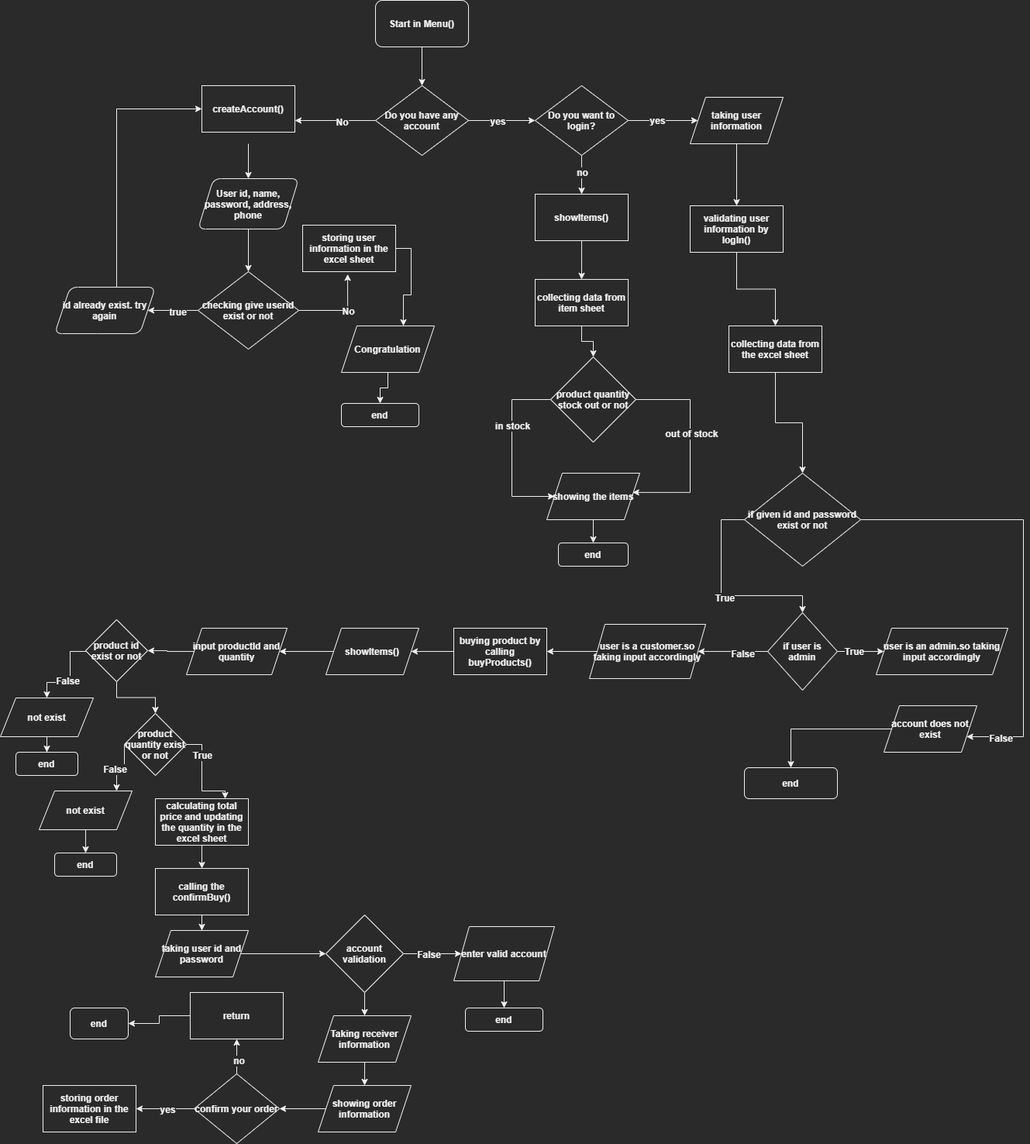
Earlier version of the draw.io export onlineShopping(customer)-Page-1.drawio.png (Barkatopu1345/Online-shopping-system). Source tidied: cells renumbered, new cells last; positions are measured from the earlier drawing's top-left corner, leaving out a move shared by most shapes.
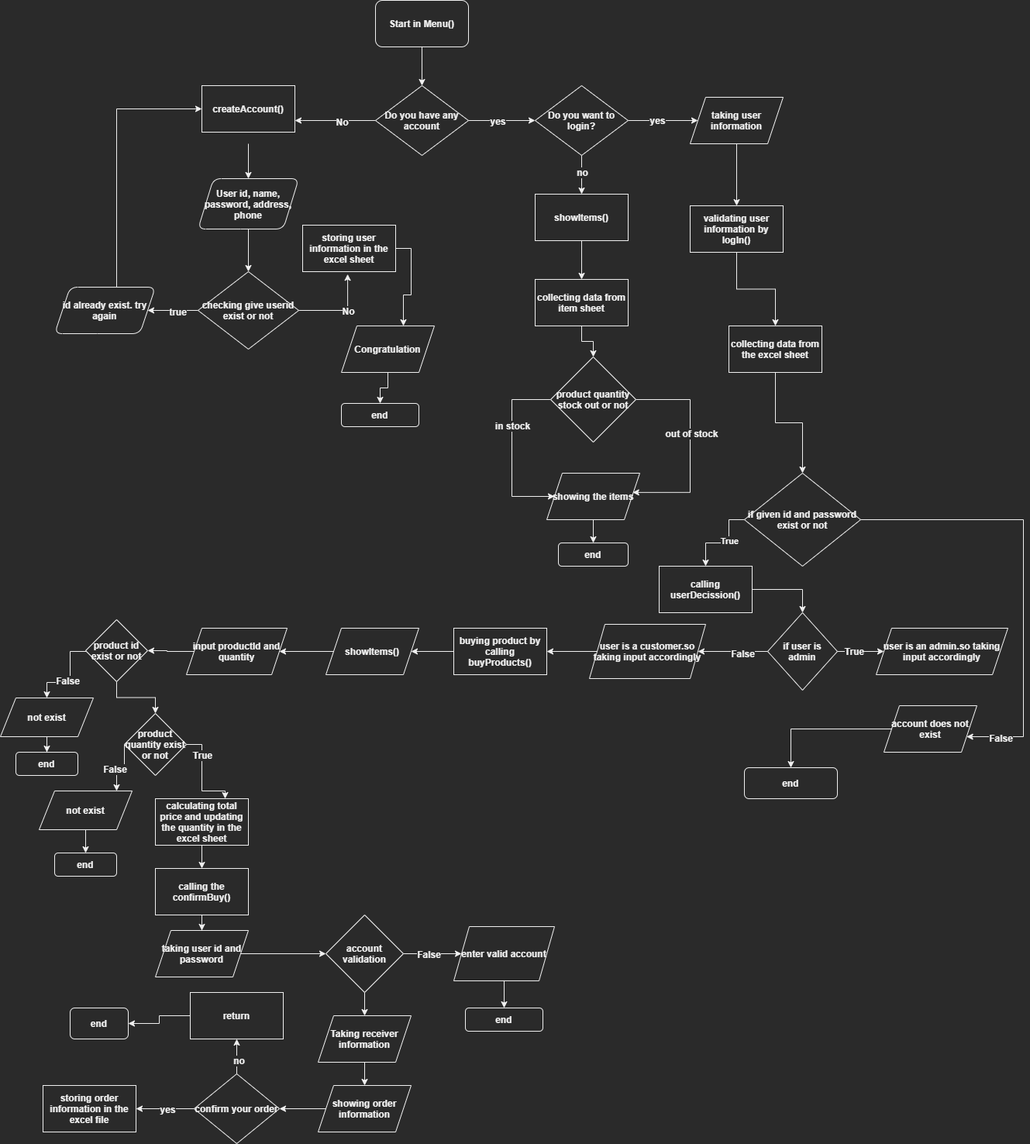
After the change.

Commit message:
flow chart and code are done

What changed in the source:
```diff
@@ -176,18 +176,6 @@
     <mxCell id="47" value="collecting data from the excel sheet" style="rounded=0;whiteSpace=wrap;html=1;fontStyle=1;fontSize=12;" parent="1" vertex="1">
       <mxGeometry x="940" y="420" width="120" height="60" as="geometry" />
     </mxCell>
-    <mxCell id="48" style="edgeStyle=orthogonalEdgeStyle;rounded=0;jettySize=auto;html=1;entryX=0.5;entryY=0;entryDx=0;entryDy=0;fontStyle=1;fontSize=12;" parent="1" edge="1" source="52" target="57">
-      <mxGeometry relative="1" as="geometry">
-        <Array as="points">
-          <mxPoint x="930" y="670" />
-          <mxPoint x="930" y="768" />
-          <mxPoint x="1035" y="768" />
-        </Array>
-      </mxGeometry>
-    </mxCell>
-    <mxCell id="49" value="True" style="edgeLabel;html=1;align=center;verticalAlign=middle;fontStyle=1;fontSize=12;" parent="48" vertex="1">
-      <mxGeometry x="0.03" y="-2" relative="1" as="geometry" />
-    </mxCell>
     <mxCell id="50" style="edgeStyle=orthogonalEdgeStyle;rounded=0;jettySize=auto;html=1;fontStyle=1;fontSize=12;" parent="1" edge="1" source="52" target="62">
       <mxGeometry relative="1" as="geometry">
         <Array as="points">
@@ -199,6 +187,20 @@
     <mxCell id="51" value="False" style="edgeLabel;html=1;align=center;verticalAlign=middle;fontStyle=1;fontSize=12;" parent="50" vertex="1">
       <mxGeometry x="0.85" y="1" relative="1" as="geometry" />
     </mxCell>
+    <mxCell id="111" style="edgeStyle=orthogonalEdgeStyle;rounded=0;jettySize=auto;html=1;entryX=0.5;entryY=0;entryDx=0;entryDy=0;fontStyle=1;" parent="1" edge="1" source="52" target="113">
+      <mxGeometry relative="1" as="geometry">
+        <Array as="points">
+          <mxPoint x="940" y="670" />
+          <mxPoint x="940" y="700" />
+          <mxPoint x="910" y="700" />
+        </Array>
+      </mxGeometry>
+    </mxCell>
+    <mxCell id="49" value="&lt;span&gt;True&lt;/span&gt;" style="edgeLabel;html=1;align=center;verticalAlign=middle;fontStyle=1;" parent="111" vertex="1">
+      <mxGeometry x="-0.35" y="-3" relative="1" as="geometry">
+        <mxPoint x="3" y="11" as="offset" />
+      </mxGeometry>
+    </mxCell>
     <mxCell id="52" value="if given id and password exist or not" style="rhombus;whiteSpace=wrap;html=1;rounded=0;fontStyle=1;fontSize=12;" parent="1" vertex="1">
       <mxGeometry x="960" y="610" width="150" height="120" as="geometry" />
     </mxCell>
@@ -400,5 +402,11 @@
     <mxCell id="110" value="end" style="rounded=1;whiteSpace=wrap;html=1;fontStyle=1;fontSize=12;" parent="1" vertex="1">
       <mxGeometry x="90" y="1300" width="75" height="40" as="geometry" />
     </mxCell>
+    <mxCell id="112" style="edgeStyle=orthogonalEdgeStyle;rounded=0;jettySize=auto;html=1;entryX=0.5;entryY=0;entryDx=0;entryDy=0;fontStyle=1;" parent="1" edge="1" source="113" target="57">
+      <mxGeometry relative="1" as="geometry" />
+    </mxCell>
+    <mxCell id="113" value="calling userDecission()" style="rounded=0;whiteSpace=wrap;html=1;fontStyle=1;" parent="1" vertex="1">
+      <mxGeometry x="850" y="730" width="120" height="60" as="geometry" />
+    </mxCell>
   </root>
 </mxGraphModel>
```
